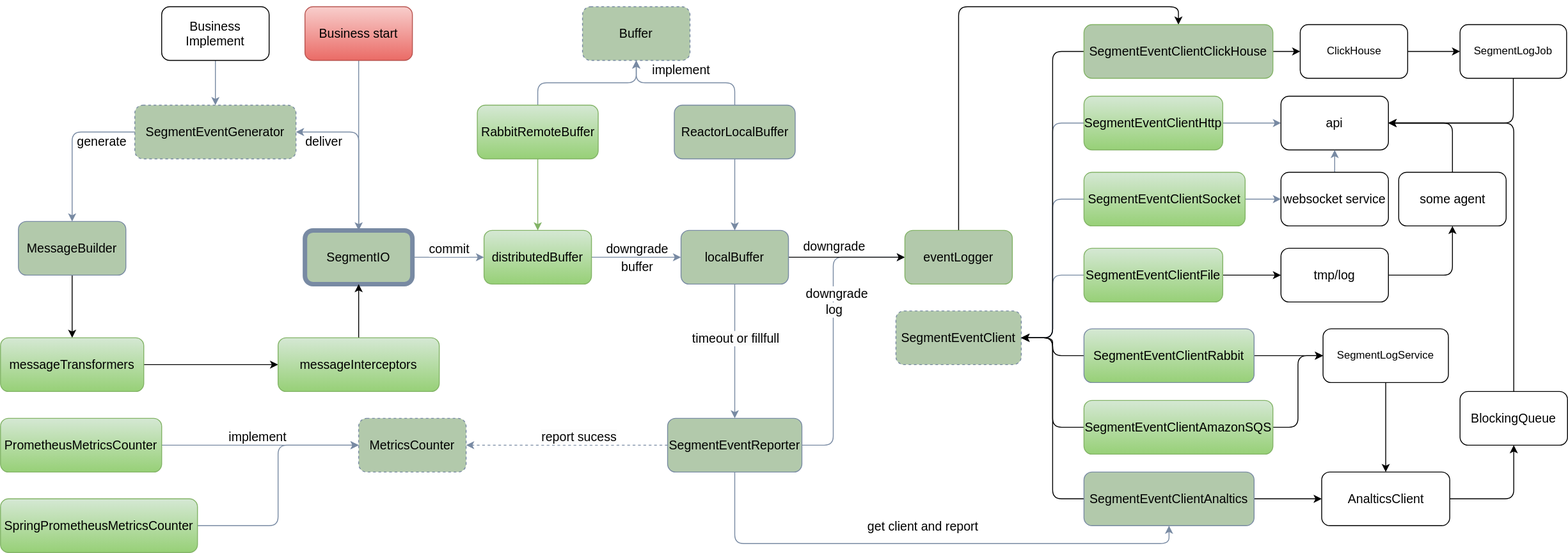
Earlier version of the draw.io export assets/SegmentEvent-V2.drawio.svg (sheldon-pacvue/segmenet-event). Source tidied: cells renumbered, new cells last; positions are measured from the earlier drawing's top-left corner, leaving out a move shared by most shapes.
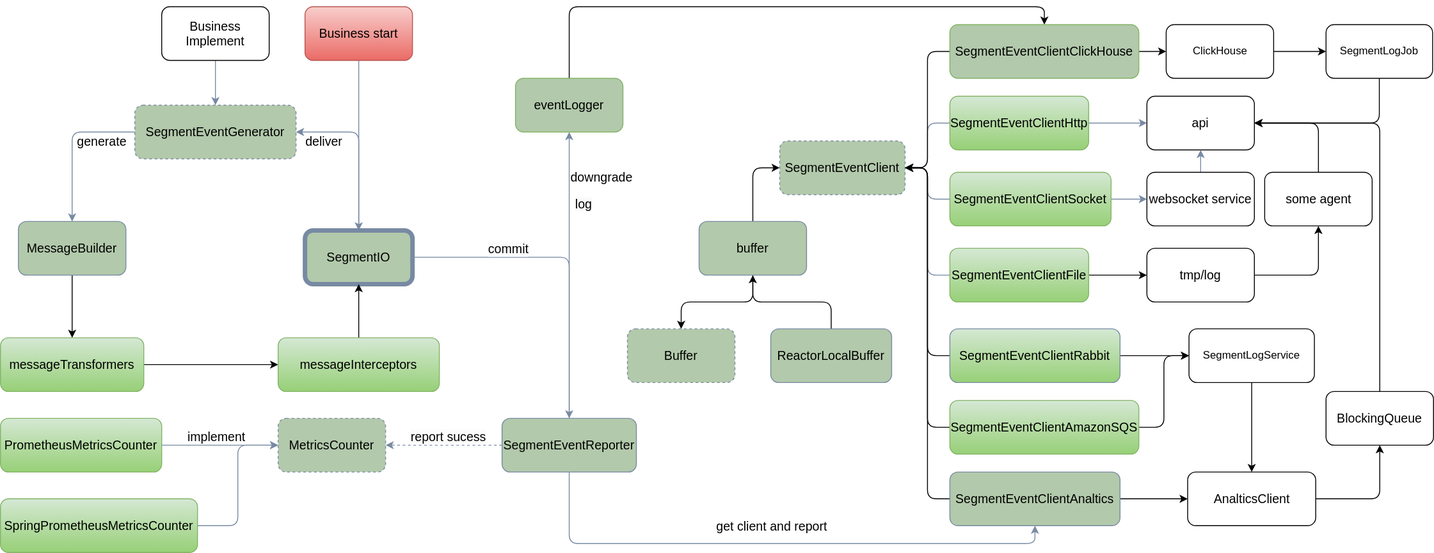
After the commit.

Change to the diagram source:
```diff
@@ -12,3 +12,3 @@
     </mxCell>
-    <mxCell id="4" style="edgeStyle=orthogonalEdgeStyle;rounded=1;jettySize=auto;html=1;exitX=1;exitY=0.5;exitDx=0;exitDy=0;entryX=0;entryY=0.5;entryDx=0;entryDy=0;strokeColor=#788AA3;fontColor=#000000;fillColor=#B2C9AB;labelBackgroundColor=none;fontSize=14;" parent="1" edge="1" source="15" target="30">
+    <mxCell id="4" style="edgeStyle=orthogonalEdgeStyle;rounded=1;jettySize=auto;html=1;exitX=1;exitY=0.5;exitDx=0;exitDy=0;entryX=0.5;entryY=0;entryDx=0;entryDy=0;strokeColor=#788AA3;fontColor=#000000;fillColor=#B2C9AB;labelBackgroundColor=none;fontSize=14;" parent="1" edge="1" source="15" target="29">
       <mxGeometry relative="1" as="geometry" />
@@ -17,3 +17,3 @@
       <mxGeometry x="-0.23" y="-2" relative="1" as="geometry">
-        <mxPoint x="9" y="-12" as="offset" />
+        <mxPoint x="-31" y="-12" as="offset" />
       </mxGeometry>
@@ -28,9 +28,4 @@
     </mxCell>
-    <mxCell id="8" style="edgeStyle=orthogonalEdgeStyle;rounded=1;jettySize=auto;html=1;entryX=0;entryY=0.5;entryDx=0;entryDy=0;labelBackgroundColor=none;strokeColor=#788AA3;fontColor=#000000;fontSize=14;" parent="1" edge="1" source="29" target="62">
-      <mxGeometry relative="1" as="geometry">
-        <Array as="points">
-          <mxPoint x="930" y="490" />
-          <mxPoint x="930" y="280" />
-        </Array>
-      </mxGeometry>
+    <mxCell id="8" style="edgeStyle=orthogonalEdgeStyle;rounded=1;jettySize=auto;html=1;entryX=0.5;entryY=1;entryDx=0;entryDy=0;labelBackgroundColor=none;strokeColor=#788AA3;fontColor=#000000;fontSize=14;exitX=0.5;exitY=0;exitDx=0;exitDy=0;" parent="1" edge="1" source="29" target="62">
+      <mxGeometry relative="1" as="geometry" />
     </mxCell>
@@ -38,3 +33,3 @@
       <mxGeometry x="-0.47" y="2" relative="1" as="geometry">
-        <mxPoint x="2" y="-102" as="offset" />
+        <mxPoint x="17" y="-156" as="offset" />
       </mxGeometry>
@@ -43,13 +38,5 @@
       <mxGeometry x="-0.11" y="-4" relative="1" as="geometry">
-        <mxPoint x="-4" y="-114" as="offset" />
+        <mxPoint x="31" y="-128" as="offset" />
       </mxGeometry>
     </mxCell>
-    <mxCell id="11" style="edgeStyle=elbowEdgeStyle;rounded=1;jettySize=auto;html=1;entryX=0.5;entryY=0;entryDx=0;entryDy=0;elbow=vertical;labelBackgroundColor=none;strokeColor=#788AA3;fontColor=#000000;fontSize=14;exitX=0.5;exitY=1;exitDx=0;exitDy=0;" parent="1" edge="1" source="33" target="29">
-      <mxGeometry relative="1" as="geometry" />
-    </mxCell>
-    <mxCell id="12" value="&lt;span style=&quot;background-color: rgb(251, 251, 251);&quot;&gt;timeout or fillfull&lt;/span&gt;" style="edgeLabel;html=1;align=center;verticalAlign=middle;fontSize=14;fontColor=#000000;rounded=1;" parent="11" vertex="1">
-      <mxGeometry x="0.02" relative="1" as="geometry">
-        <mxPoint y="-17" as="offset" />
-      </mxGeometry>
-    </mxCell>
     <mxCell id="13" style="edgeStyle=orthogonalEdgeStyle;rounded=1;jettySize=auto;html=1;strokeColor=#788AA3;fontColor=#000000;fillColor=#B2C9AB;dashed=1;labelBackgroundColor=none;fontSize=14;exitX=0;exitY=0.5;exitDx=0;exitDy=0;" parent="1" edge="1" source="29" target="38">
@@ -86,17 +73,4 @@
     </mxCell>
-    <mxCell id="23" style="edgeStyle=orthogonalEdgeStyle;rounded=1;jettySize=auto;html=1;exitX=1;exitY=0.5;exitDx=0;exitDy=0;strokeColor=#788AA3;fontColor=#000000;fillColor=#B2C9AB;entryX=0;entryY=0.5;entryDx=0;entryDy=0;labelBackgroundColor=none;fontSize=14;" parent="1" edge="1" source="30" target="33">
-      <mxGeometry relative="1" as="geometry" />
-    </mxCell>
-    <mxCell id="24" value="downgrade" style="edgeLabel;html=1;align=center;verticalAlign=middle;fontSize=14;rounded=1;labelBackgroundColor=none;fontColor=#000000;" parent="23" vertex="1">
-      <mxGeometry x="0.01" y="-5" relative="1" as="geometry">
-        <mxPoint x="-1" y="-15" as="offset" />
-      </mxGeometry>
-    </mxCell>
-    <mxCell id="25" value="buffer" style="edgeLabel;html=1;align=center;verticalAlign=middle;fontSize=14;rounded=1;labelBackgroundColor=none;fontColor=#000000;" parent="23" vertex="1">
-      <mxGeometry x="0.13" y="1" relative="1" as="geometry">
-        <mxPoint x="-6" y="11" as="offset" />
-      </mxGeometry>
-    </mxCell>
     <mxCell id="26" value="Buffer" style="rounded=1;whiteSpace=wrap;html=1;strokeColor=#788AA3;fillColor=#B2C9AB;dashed=1;labelBackgroundColor=none;fontSize=14;fontColor=#000000;" parent="1" vertex="1">
-      <mxGeometry x="650" width="120" height="60" as="geometry" />
+      <mxGeometry x="700" y="360" width="120" height="60" as="geometry" />
     </mxCell>
@@ -111,20 +85,15 @@
     <mxCell id="29" value="SegmentEventReporter" style="rounded=1;whiteSpace=wrap;html=1;strokeColor=#788AA3;fillColor=#B2C9AB;labelBackgroundColor=none;fontSize=14;fontColor=#000000;" parent="1" vertex="1">
-      <mxGeometry x="745" y="460" width="150" height="60" as="geometry" />
+      <mxGeometry x="560" y="460" width="150" height="60" as="geometry" />
     </mxCell>
-    <mxCell id="30" value="distributedBuffer" style="rounded=1;whiteSpace=wrap;html=1;strokeColor=#82b366;fillColor=#d5e8d4;labelBackgroundColor=none;fontSize=14;gradientColor=#97d077;" parent="1" vertex="1">
-      <mxGeometry x="540" y="250" width="120" height="60" as="geometry" />
-    </mxCell>
-    <mxCell id="31" style="edgeStyle=orthogonalEdgeStyle;rounded=1;jettySize=auto;html=1;exitX=1;exitY=0.5;exitDx=0;exitDy=0;entryX=0;entryY=0.5;entryDx=0;entryDy=0;" parent="1" edge="1" source="33" target="62">
-      <mxGeometry relative="1" as="geometry" />
-    </mxCell>
-    <mxCell id="32" value="downgrade" style="edgeLabel;html=1;align=center;verticalAlign=middle;fontSize=14;rounded=1;" parent="31" vertex="1">
-      <mxGeometry x="-0.26" relative="1" as="geometry">
-        <mxPoint x="5" y="40" as="offset" />
-      </mxGeometry>
-    </mxCell>
+    <mxCell id="93" style="edgeStyle=orthogonalEdgeStyle;rounded=1;jettySize=auto;html=1;exitX=0.5;exitY=1;exitDx=0;exitDy=0;entryX=0.5;entryY=0;entryDx=0;entryDy=0;" parent="1" edge="1" source="33" target="26">
+      <mxGeometry relative="1" as="geometry" />
+    </mxCell>
+    <mxCell id="94" style="edgeStyle=orthogonalEdgeStyle;rounded=1;jettySize=auto;html=1;entryX=0;entryY=0.5;entryDx=0;entryDy=0;" parent="1" edge="1" source="33" target="34">
+      <mxGeometry relative="1" as="geometry" />
+    </mxCell>
-    <mxCell id="33" value="localBuffer" style="rounded=1;whiteSpace=wrap;html=1;strokeColor=#788AA3;fillColor=#B2C9AB;labelBackgroundColor=none;fontSize=14;fontColor=#000000;" parent="1" vertex="1">
-      <mxGeometry x="760" y="250" width="120" height="60" as="geometry" />
+    <mxCell id="33" value="buffer" style="rounded=1;whiteSpace=wrap;html=1;strokeColor=#788AA3;fillColor=#B2C9AB;labelBackgroundColor=none;fontSize=14;fontColor=#000000;" parent="1" vertex="1">
+      <mxGeometry x="780" y="240" width="120" height="60" as="geometry" />
     </mxCell>
     <mxCell id="34" value="SegmentEventClient" style="rounded=1;whiteSpace=wrap;html=1;strokeColor=#788AA3;fillColor=#B2C9AB;dashed=1;labelBackgroundColor=none;fontSize=14;fontColor=#000000;" parent="1" vertex="1">
-      <mxGeometry x="1000" y="340" width="140" height="60" as="geometry" />
+      <mxGeometry x="870" y="150" width="140" height="60" as="geometry" />
     </mxCell>
@@ -137,6 +106,6 @@
     <mxCell id="37" value="SegmentEventClientHttp" style="rounded=1;whiteSpace=wrap;html=1;strokeColor=#82b366;fillColor=#d5e8d4;labelBackgroundColor=none;fontSize=14;gradientColor=#97d077;" parent="1" vertex="1">
-      <mxGeometry x="1210" y="100" width="155" height="60" as="geometry" />
+      <mxGeometry x="1060" y="100" width="155" height="60" as="geometry" />
     </mxCell>
     <mxCell id="38" value="MetricsCounter" style="rounded=1;whiteSpace=wrap;html=1;strokeColor=#788AA3;fillColor=#B2C9AB;labelBackgroundColor=none;fontSize=14;dashed=1;fontColor=#000000;" parent="1" vertex="1">
-      <mxGeometry x="400" y="460" width="120" height="60" as="geometry" />
+      <mxGeometry x="310" y="460" width="120" height="60" as="geometry" />
     </mxCell>
@@ -152,3 +121,3 @@
     <mxCell id="42" value="SegmentEventClientFile" style="rounded=1;whiteSpace=wrap;html=1;strokeColor=#82b366;fillColor=#d5e8d4;labelBackgroundColor=none;fontSize=14;gradientColor=#97d077;" parent="1" vertex="1">
-      <mxGeometry x="1210" y="270" width="155" height="60" as="geometry" />
+      <mxGeometry x="1060" y="270" width="155" height="60" as="geometry" />
     </mxCell>
@@ -158,6 +127,6 @@
     <mxCell id="44" value="tmp/log" style="rounded=1;whiteSpace=wrap;html=1;labelBackgroundColor=none;fontSize=14;fillColor=none;" parent="1" vertex="1">
-      <mxGeometry x="1430" y="270" width="120" height="60" as="geometry" />
+      <mxGeometry x="1280" y="270" width="120" height="60" as="geometry" />
     </mxCell>
     <mxCell id="45" value="api" style="rounded=1;whiteSpace=wrap;html=1;labelBackgroundColor=none;fontSize=14;fillColor=none;" parent="1" vertex="1">
-      <mxGeometry x="1430" y="100" width="120" height="60" as="geometry" />
+      <mxGeometry x="1280" y="100" width="120" height="60" as="geometry" />
     </mxCell>
@@ -167,26 +136,9 @@
     <mxCell id="47" value="SegmentEventClientSocket" style="rounded=1;whiteSpace=wrap;html=1;strokeColor=#82b366;fillColor=#d5e8d4;labelBackgroundColor=none;fontSize=14;gradientColor=#97d077;" parent="1" vertex="1">
-      <mxGeometry x="1210" y="185" width="180" height="60" as="geometry" />
+      <mxGeometry x="1060" y="185" width="180" height="60" as="geometry" />
     </mxCell>
-    <mxCell id="48" style="edgeStyle=orthogonalEdgeStyle;rounded=1;jettySize=auto;html=1;labelBackgroundColor=none;strokeColor=#82b366;fontColor=#000000;fontSize=14;fillColor=#d5e8d4;gradientColor=#97d077;" parent="1" edge="1" source="51" target="30">
-      <mxGeometry relative="1" as="geometry" />
-    </mxCell>
-    <mxCell id="49" style="edgeStyle=elbowEdgeStyle;html=1;entryX=0.5;entryY=1;entryDx=0;entryDy=0;elbow=vertical;strokeColor=#788AA3;labelBackgroundColor=none;fontColor=#000000;rounded=1;fontSize=14;" parent="1" edge="1" source="51" target="26">
-      <mxGeometry relative="1" as="geometry" />
-    </mxCell>
-    <mxCell id="50" value="implement" style="edgeLabel;html=1;align=center;verticalAlign=middle;fontSize=14;rounded=1;" parent="49" vertex="1">
-      <mxGeometry x="0.31" relative="1" as="geometry">
-        <mxPoint x="80" y="-15" as="offset" />
-      </mxGeometry>
-    </mxCell>
-    <mxCell id="51" value="RabbitRemoteBuffer" style="rounded=1;whiteSpace=wrap;html=1;strokeColor=#82b366;fillColor=#d5e8d4;labelBackgroundColor=none;fontSize=14;gradientColor=#97d077;" parent="1" vertex="1">
-      <mxGeometry x="532.5" y="110" width="135" height="60" as="geometry" />
-    </mxCell>
-    <mxCell id="52" style="edgeStyle=orthogonalEdgeStyle;rounded=1;jettySize=auto;html=1;labelBackgroundColor=none;strokeColor=#788AA3;fontColor=#000000;fontSize=14;" parent="1" edge="1" source="54" target="33">
+    <mxCell id="52" style="edgeStyle=orthogonalEdgeStyle;rounded=1;jettySize=auto;html=1;entryX=0.5;entryY=1;entryDx=0;entryDy=0;" parent="1" edge="1" source="54" target="33">
       <mxGeometry relative="1" as="geometry" />
     </mxCell>
-    <mxCell id="53" style="edgeStyle=elbowEdgeStyle;html=1;entryX=0.5;entryY=1;entryDx=0;entryDy=0;elbow=vertical;strokeColor=#788AA3;labelBackgroundColor=none;fontColor=#000000;rounded=1;fontSize=14;" parent="1" edge="1" source="54" target="26">
-      <mxGeometry relative="1" as="geometry" />
-    </mxCell>
     <mxCell id="54" value="ReactorLocalBuffer" style="rounded=1;whiteSpace=wrap;html=1;strokeColor=#788AA3;fillColor=#B2C9AB;labelBackgroundColor=none;fontSize=14;fontColor=#000000;" parent="1" vertex="1">
-      <mxGeometry x="752.5" y="110" width="135" height="60" as="geometry" />
+      <mxGeometry x="860" y="360" width="135" height="60" as="geometry" />
     </mxCell>
@@ -216,3 +168,3 @@
     <mxCell id="62" value="eventLogger" style="rounded=1;whiteSpace=wrap;html=1;strokeColor=#82b366;fillColor=#B2C9AB;labelBackgroundColor=none;fontSize=14;gradientColor=none;" parent="1" vertex="1">
-      <mxGeometry x="1010" y="250" width="120" height="60" as="geometry" />
+      <mxGeometry x="575" y="80" width="120" height="60" as="geometry" />
     </mxCell>
@@ -222,3 +174,3 @@
     <mxCell id="64" value="websocket service" style="rounded=1;whiteSpace=wrap;html=1;fontSize=14;labelBackgroundColor=none;fillColor=none;" parent="1" vertex="1">
-      <mxGeometry x="1430" y="185" width="120" height="60" as="geometry" />
+      <mxGeometry x="1280" y="185" width="120" height="60" as="geometry" />
     </mxCell>
@@ -233,3 +185,3 @@
     <mxCell id="67" value="some agent" style="rounded=1;whiteSpace=wrap;html=1;labelBackgroundColor=none;fontSize=14;fillColor=none;" parent="1" vertex="1">
-      <mxGeometry x="1561.5" y="185" width="120" height="60" as="geometry" />
+      <mxGeometry x="1411.5" y="185" width="120" height="60" as="geometry" />
     </mxCell>
@@ -242,3 +194,3 @@
     <mxCell id="70" value="SegmentEventClientAnaltics" style="rounded=1;whiteSpace=wrap;html=1;strokeColor=#788AA3;fillColor=#B2C9AB;labelBackgroundColor=none;fontSize=14;fontColor=#000000;" parent="1" vertex="1">
-      <mxGeometry x="1210" y="520" width="190" height="60" as="geometry" />
+      <mxGeometry x="1060" y="520" width="190" height="60" as="geometry" />
     </mxCell>
@@ -248,3 +200,3 @@
     <mxCell id="72" value="AnalticsClient" style="rounded=1;whiteSpace=wrap;html=1;fillColor=none;labelBackgroundColor=none;fontSize=14;" parent="1" vertex="1">
-      <mxGeometry x="1475.5" y="520" width="143" height="60" as="geometry" />
+      <mxGeometry x="1325.5" y="520" width="143" height="60" as="geometry" />
     </mxCell>
@@ -254,3 +206,3 @@
     <mxCell id="74" value="BlockingQueue" style="rounded=1;whiteSpace=wrap;html=1;labelBackgroundColor=none;fontSize=14;fillColor=none;" parent="1" vertex="1">
-      <mxGeometry x="1630" y="430" width="120" height="60" as="geometry" />
+      <mxGeometry x="1480" y="430" width="120" height="60" as="geometry" />
     </mxCell>
@@ -260,3 +212,3 @@
     <mxCell id="76" value="SegmentLogService" style="rounded=1;whiteSpace=wrap;html=1;" parent="1" vertex="1">
-      <mxGeometry x="1477" y="360" width="140" height="60" as="geometry" />
+      <mxGeometry x="1327" y="360" width="140" height="60" as="geometry" />
     </mxCell>
@@ -278,3 +230,3 @@
     <mxCell id="82" value="SegmentEventClientRabbit" style="rounded=1;whiteSpace=wrap;html=1;strokeColor=#788AA3;fillColor=#D5E8D4;labelBackgroundColor=none;fontSize=14;fontColor=#000000;gradientColor=#97D077;" parent="1" vertex="1">
-      <mxGeometry x="1210" y="360" width="190" height="60" as="geometry" />
+      <mxGeometry x="1060" y="360" width="190" height="60" as="geometry" />
     </mxCell>
@@ -287,3 +239,3 @@
     <mxCell id="85" value="SegmentEventClientClickHouse" style="rounded=1;whiteSpace=wrap;html=1;strokeColor=#82b366;fillColor=#B2C9AB;labelBackgroundColor=none;fontSize=14;gradientColor=none;" parent="1" vertex="1">
-      <mxGeometry x="1210" y="20" width="211" height="60" as="geometry" />
+      <mxGeometry x="1060" y="20" width="211" height="60" as="geometry" />
     </mxCell>
@@ -293,3 +245,3 @@
     <mxCell id="87" value="ClickHouse" style="rounded=1;whiteSpace=wrap;html=1;" parent="1" vertex="1">
-      <mxGeometry x="1451.5" y="20" width="120" height="60" as="geometry" />
+      <mxGeometry x="1301.5" y="20" width="120" height="60" as="geometry" />
     </mxCell>
@@ -299,3 +251,3 @@
     <mxCell id="89" value="SegmentLogJob" style="rounded=1;whiteSpace=wrap;html=1;fontSize=12;" parent="1" vertex="1">
-      <mxGeometry x="1630" y="20" width="119" height="60" as="geometry" />
+      <mxGeometry x="1480" y="20" width="119" height="60" as="geometry" />
     </mxCell>
@@ -308,3 +260,3 @@
     <mxCell id="92" value="SegmentEventClientAmazonSQS" style="rounded=1;whiteSpace=wrap;html=1;strokeColor=#82b366;fillColor=#D5E8D4;labelBackgroundColor=none;fontSize=14;gradientColor=#97D077;" parent="1" vertex="1">
-      <mxGeometry x="1210" y="440" width="211" height="60" as="geometry" />
+      <mxGeometry x="1060" y="440" width="211" height="60" as="geometry" />
     </mxCell>
```
